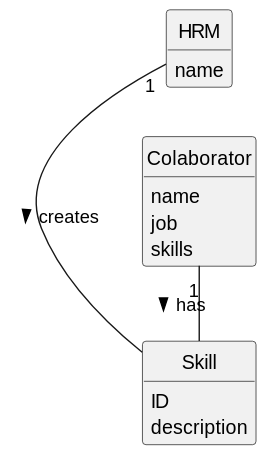
The PlantUML diagram docs/sprintA/us01/02.analysis/svg/us01-domain-model.svg in daniel41silva05/ISEP_2023_2024_LAPR2, before a commit.
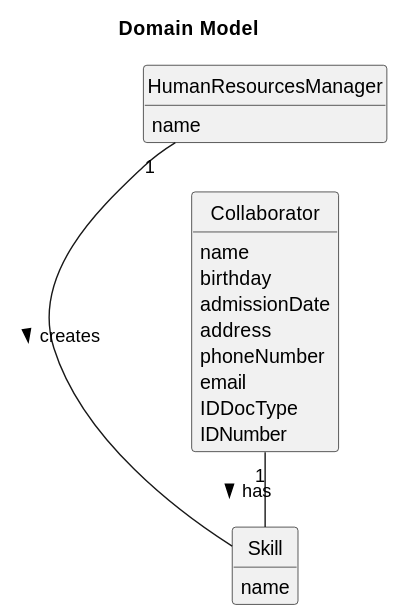
The same diagram one commit later.

Commit message:
Update US05, US01 and global domain

Change to the diagram source:
```diff
@@ -10,23 +10,27 @@
 hide circle
 hide methods
 
+title Domain Model
 
-
-class HRM {
+class HumanResourcesManager {
     name
 }
 
 class Skill {
-    ID
-    description
+    name
 }
 
-class Colaborator {
+class Collaborator {
     name
-    job
-    skills
+    birthday
+    admissionDate
+    address
+    phoneNumber
+    email
+    IDDocType
+    IDNumber
 }
 
-HRM "1" - Skill : creates >
-Colaborator "1" - Skill : has >
+HumanResourcesManager "1" - Skill : creates >
+Collaborator "1" - Skill : has >
 @enduml
```
